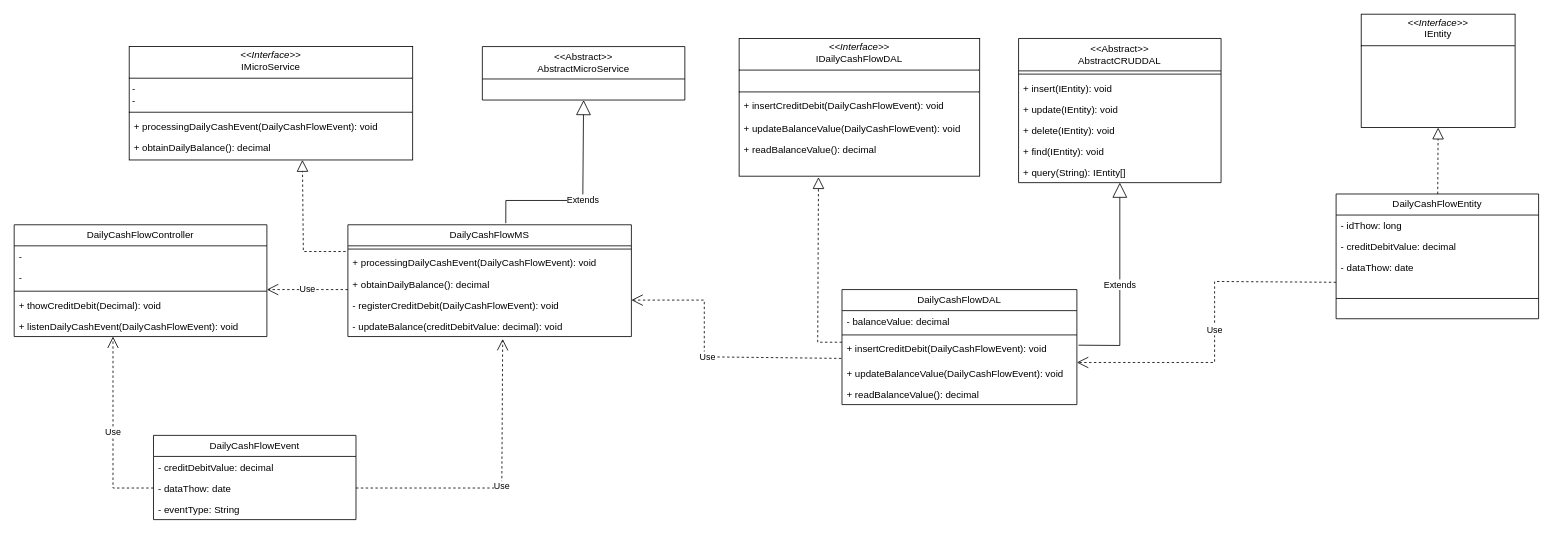
Above: page "Software Class Diagram" (2 of 3) of documentation/DailyCashFlowArchitecture.drawio in wellamaral2007/DailyCashFlowAPI (draw.io), before the change. Source tidied: cells renumbered, new cells numbered last; positions are measured from the earlier drawing's top-left corner, leaving out a move shared by most shapes. Both pictures are drawn from the tidied source at 81%, with x=0, y=0 at pixel (14, 14).
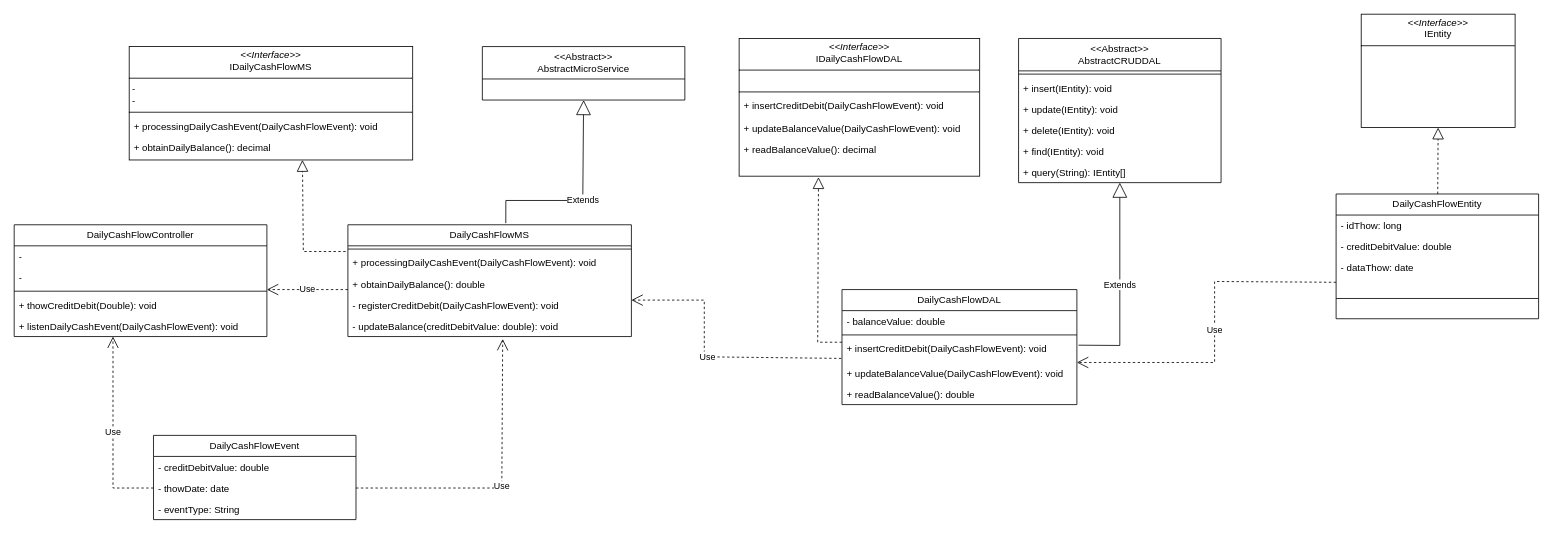
After the change.

Unchanged cells that the change refers to:
```xml
<mxCell id="2" value="DailyCashFlowController" style="swimlane;fontStyle=0;horizontal=1;startSize=26;fillColor=none;whiteSpace=wrap;html=1;" parent="1" vertex="1">
  <mxGeometry y="260" width="312" height="138" as="geometry" />
</mxCell>
<mxCell id="8" value="DailyCashFlowMS" style="swimlane;fontStyle=0;horizontal=1;startSize=26;fillColor=none;whiteSpace=wrap;html=1;" parent="1" vertex="1">
  <mxGeometry x="412" y="260" width="350" height="138" as="geometry" />
</mxCell>
<mxCell id="15" value="DailyCashFlowEntity" style="swimlane;fontStyle=0;horizontal=1;startSize=26;fillColor=none;whiteSpace=wrap;html=1;" parent="1" vertex="1">
  <mxGeometry x="1632" y="222" width="250" height="154" as="geometry" />
</mxCell>
<mxCell id="21" value="DailyCashFlowDAL" style="swimlane;fontStyle=0;horizontal=1;startSize=26;fillColor=none;whiteSpace=wrap;html=1;" parent="1" vertex="1">
  <mxGeometry x="1022" y="340" width="290" height="142" as="geometry" />
</mxCell>
<mxCell id="40" value="DailyCashFlowEvent" style="swimlane;fontStyle=0;horizontal=1;startSize=26;fillColor=none;whiteSpace=wrap;html=1;" parent="1" vertex="1">
  <mxGeometry x="172" y="520" width="250" height="104" as="geometry" />
</mxCell>
```

Change to the diagram source:
```diff
@@
-    <mxCell id="6" value="+ thowCreditDebit(Decimal): void" style="text;strokeColor=none;fillColor=none;align=left;verticalAlign=top;spacingLeft=4;spacingRight=4;overflow=hidden;whiteSpace=wrap;html=1;" parent="2" vertex="1">
-      <mxGeometry y="86" width="312" height="26" as="geometry" />
-    </mxCell>
+    <mxCell id="55" value="+ thowCreditDebit(Double): void" style="text;strokeColor=none;fillColor=none;align=left;verticalAlign=top;spacingLeft=4;spacingRight=4;overflow=hidden;whiteSpace=wrap;html=1;" parent="2" vertex="1">
+      <mxGeometry y="86" width="312" height="26" as="geometry" />
+    </mxCell>
@@
-    <mxCell id="11" value="+ obtainDailyBalance(): decimal&lt;div&gt;&lt;br&gt;&lt;/div&gt;" style="text;strokeColor=none;fillColor=none;align=left;verticalAlign=top;spacingLeft=4;spacingRight=4;overflow=hidden;whiteSpace=wrap;html=1;" parent="8" vertex="1">
+    <mxCell id="11" value="+ obtainDailyBalance(): double&lt;div&gt;&lt;br&gt;&lt;/div&gt;" style="text;strokeColor=none;fillColor=none;align=left;verticalAlign=top;spacingLeft=4;spacingRight=4;overflow=hidden;whiteSpace=wrap;html=1;" parent="8" vertex="1">
       <mxGeometry y="60" width="350" height="26" as="geometry" />
     </mxCell>
@@
-    <mxCell id="13" value="- updateBalance(creditDebitValue: decimal): void&lt;div&gt;&lt;br&gt;&lt;/div&gt;" style="text;strokeColor=none;fillColor=none;align=left;verticalAlign=top;spacingLeft=4;spacingRight=4;overflow=hidden;points=[[0,0.5],[1,0.5]];portConstraint=eastwest;whiteSpace=wrap;html=1;" parent="8" vertex="1">
+    <mxCell id="13" value="- updateBalance(creditDebitValue: double): void&lt;div&gt;&lt;br&gt;&lt;/div&gt;" style="text;strokeColor=none;fillColor=none;align=left;verticalAlign=top;spacingLeft=4;spacingRight=4;overflow=hidden;points=[[0,0.5],[1,0.5]];portConstraint=eastwest;whiteSpace=wrap;html=1;" parent="8" vertex="1">
       <mxGeometry y="112" width="350" height="26" as="geometry" />
     </mxCell>
@@
-    <mxCell id="17" value="- creditDebitValue: decimal" style="text;strokeColor=none;fillColor=none;align=left;verticalAlign=top;spacingLeft=4;spacingRight=4;overflow=hidden;whiteSpace=wrap;html=1;" parent="15" vertex="1">
+    <mxCell id="17" value="- creditDebitValue: double" style="text;strokeColor=none;fillColor=none;align=left;verticalAlign=top;spacingLeft=4;spacingRight=4;overflow=hidden;whiteSpace=wrap;html=1;" parent="15" vertex="1">
       <mxGeometry y="52" width="250" height="26" as="geometry" />
     </mxCell>
@@
-    <mxCell id="20" value="&lt;p style=&quot;margin:0px;margin-top:4px;text-align:center;&quot;&gt;&lt;i&gt;&amp;lt;&amp;lt;Interface&amp;gt;&amp;gt;&lt;/i&gt;&lt;br&gt;IMicroService&lt;br&gt;&lt;/p&gt;&lt;hr size=&quot;1&quot; style=&quot;border-style:solid;&quot;&gt;&lt;p style=&quot;margin:0px;margin-left:4px;&quot;&gt;-&lt;br&gt;-&lt;/p&gt;&lt;hr size=&quot;1&quot; style=&quot;border-style:solid;&quot;&gt;&lt;p style=&quot;margin:0px;margin-left:4px;&quot;&gt;&lt;br&gt;&lt;/p&gt;" style="verticalAlign=top;align=left;overflow=fill;html=1;whiteSpace=wrap;" parent="1" vertex="1">
+    <mxCell id="20" value="&lt;p style=&quot;margin:0px;margin-top:4px;text-align:center;&quot;&gt;&lt;i&gt;&amp;lt;&amp;lt;Interface&amp;gt;&amp;gt;&lt;/i&gt;&lt;br&gt;IDailyCashFlowMS&lt;br&gt;&lt;/p&gt;&lt;hr size=&quot;1&quot; style=&quot;border-style:solid;&quot;&gt;&lt;p style=&quot;margin:0px;margin-left:4px;&quot;&gt;-&lt;br&gt;-&lt;/p&gt;&lt;hr size=&quot;1&quot; style=&quot;border-style:solid;&quot;&gt;&lt;p style=&quot;margin:0px;margin-left:4px;&quot;&gt;&lt;br&gt;&lt;/p&gt;" style="verticalAlign=top;align=left;overflow=fill;html=1;whiteSpace=wrap;" parent="1" vertex="1">
       <mxGeometry x="142" y="40" width="350" height="140" as="geometry" />
     </mxCell>
@@
-    <mxCell id="22" value="- balanceValue: decimal" style="text;strokeColor=none;fillColor=none;align=left;verticalAlign=top;spacingLeft=4;spacingRight=4;overflow=hidden;whiteSpace=wrap;html=1;" parent="21" vertex="1">
+    <mxCell id="22" value="- balanceValue: double" style="text;strokeColor=none;fillColor=none;align=left;verticalAlign=top;spacingLeft=4;spacingRight=4;overflow=hidden;whiteSpace=wrap;html=1;" parent="21" vertex="1">
       <mxGeometry y="26" width="290" height="26" as="geometry" />
     </mxCell>
@@
-    <mxCell id="26" value="+ readBalanceValue(): decimal&lt;div&gt;&lt;br&gt;&lt;/div&gt;" style="text;strokeColor=none;fillColor=none;align=left;verticalAlign=top;spacingLeft=4;spacingRight=4;overflow=hidden;whiteSpace=wrap;html=1;" parent="21" vertex="1">
+    <mxCell id="26" value="+ readBalanceValue(): double&lt;div&gt;&lt;br&gt;&lt;/div&gt;" style="text;strokeColor=none;fillColor=none;align=left;verticalAlign=top;spacingLeft=4;spacingRight=4;overflow=hidden;whiteSpace=wrap;html=1;" parent="21" vertex="1">
       <mxGeometry y="116" width="290" height="26" as="geometry" />
     </mxCell>
@@
-    <mxCell id="41" value="- creditDebitValue: decimal" style="text;strokeColor=none;fillColor=none;align=left;verticalAlign=top;spacingLeft=4;spacingRight=4;overflow=hidden;whiteSpace=wrap;html=1;" parent="40" vertex="1">
+    <mxCell id="41" value="- creditDebitValue: double" style="text;strokeColor=none;fillColor=none;align=left;verticalAlign=top;spacingLeft=4;spacingRight=4;overflow=hidden;whiteSpace=wrap;html=1;" parent="40" vertex="1">
       <mxGeometry y="26" width="250" height="26" as="geometry" />
     </mxCell>
-    <mxCell id="42" value="- dataThow: date" style="text;strokeColor=none;fillColor=none;align=left;verticalAlign=top;spacingLeft=4;spacingRight=4;overflow=hidden;points=[[0,0.5],[1,0.5]];portConstraint=eastwest;whiteSpace=wrap;html=1;" parent="40" vertex="1">
+    <mxCell id="42" value="- thowDate: date" style="text;strokeColor=none;fillColor=none;align=left;verticalAlign=top;spacingLeft=4;spacingRight=4;overflow=hidden;points=[[0,0.5],[1,0.5]];portConstraint=eastwest;whiteSpace=wrap;html=1;" parent="40" vertex="1">
       <mxGeometry y="52" width="250" height="26" as="geometry" />
     </mxCell>
```
